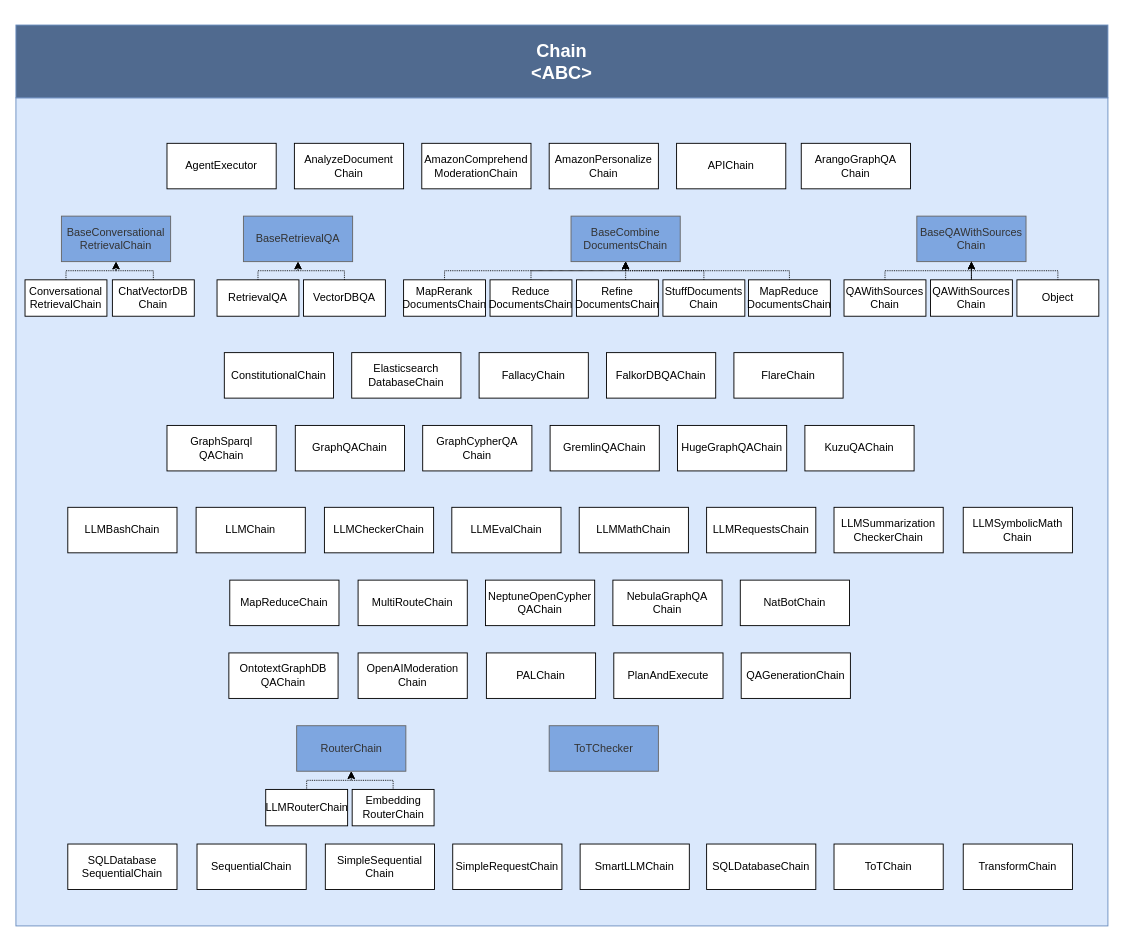
This is page "chains" (1 of 4) of LangChain_Notes.drawio from ooooona/toolkits, a draw.io file, before an edit. Source tidied: cells renumbered, new cells numbered last; positions are measured from the earlier drawing's top-left corner, leaving out a move shared by most shapes. Both pictures are drawn from the tidied source at 91%, with x=0, y=0 at pixel (15, 25).
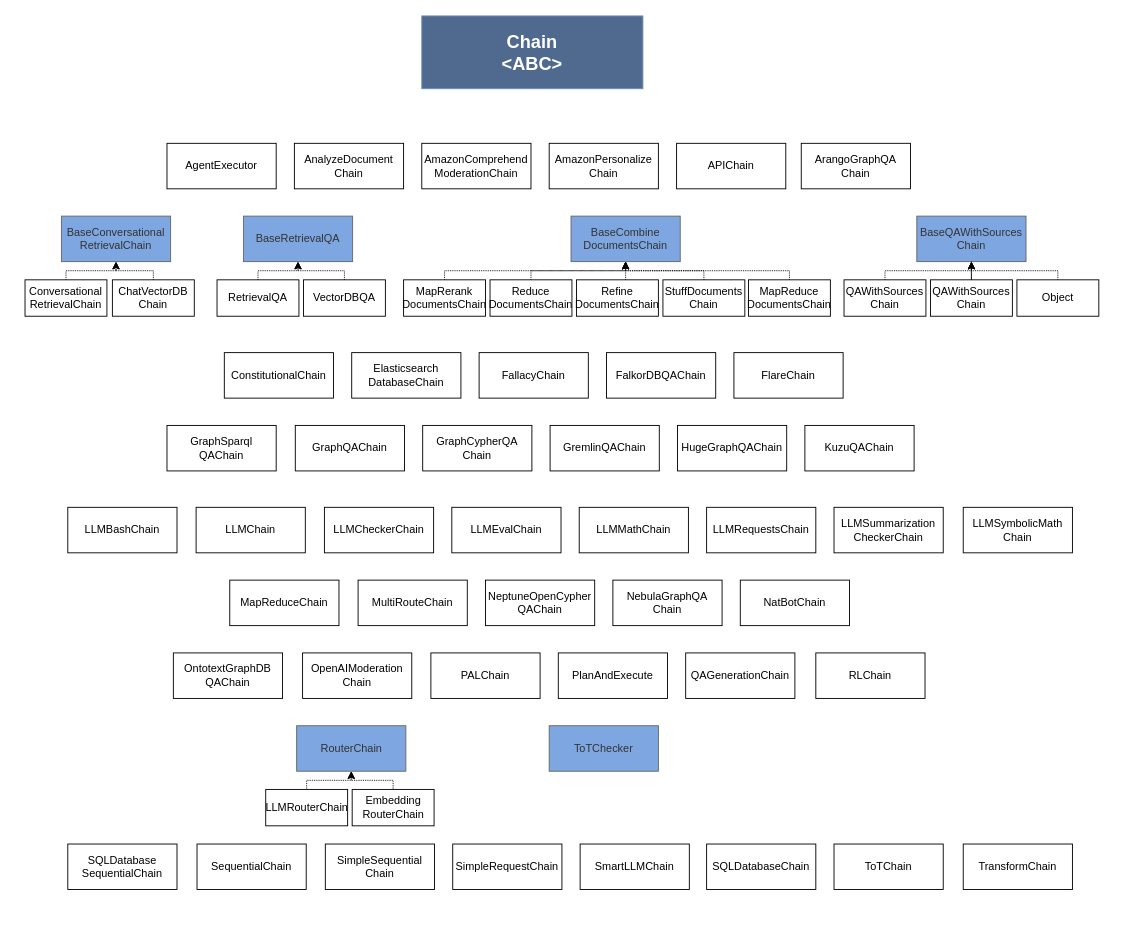
After the change.

Change to the diagram source:
```diff
@@
-    <mxCell id="2" style="rounded=0;whiteSpace=wrap;html=1;fillColor=#dae8fc;fillStyle=solid;strokeColor=#6c8ebf;" parent="1" vertex="1">
-      <mxGeometry y="80" width="1200" height="910" as="geometry" />
-    </mxCell>
     <mxCell id="3" value="&lt;font style=&quot;font-size: 20px;&quot; color=&quot;#ffffff&quot;&gt;&lt;b style=&quot;&quot;&gt;Chain&lt;/b&gt;&lt;/font&gt;&lt;div style=&quot;font-size: 20px;&quot;&gt;&lt;font style=&quot;font-size: 20px;&quot; color=&quot;#ffffff&quot;&gt;&lt;b style=&quot;&quot;&gt;&amp;lt;ABC&amp;gt;&lt;/b&gt;&lt;/font&gt;&lt;/div&gt;" style="html=1;whiteSpace=wrap;fillColor=#506A8F;strokeColor=#6c8ebf;" parent="1" vertex="1">
-      <mxGeometry width="1200" height="80" as="geometry" />
+      <mxGeometry x="446" y="-10" width="243" height="80" as="geometry" />
     </mxCell>
@@
     <mxCell id="62" value="OntotextGraphDB&lt;div&gt;QAChain&lt;/div&gt;" style="html=1;whiteSpace=wrap;" parent="1" vertex="1">
-      <mxGeometry x="234" y="690" width="120" height="50" as="geometry" />
+      <mxGeometry x="173" y="690" width="120" height="50" as="geometry" />
     </mxCell>
     <mxCell id="63" value="&lt;div&gt;OpenAIModeration&lt;/div&gt;&lt;div&gt;Chain&lt;br&gt;&lt;/div&gt;" style="html=1;whiteSpace=wrap;" parent="1" vertex="1">
-      <mxGeometry x="376" y="690" width="120" height="50" as="geometry" />
+      <mxGeometry x="315" y="690" width="120" height="50" as="geometry" />
     </mxCell>
     <mxCell id="64" value="PALChain" style="html=1;whiteSpace=wrap;" parent="1" vertex="1">
-      <mxGeometry x="517" y="690" width="120" height="50" as="geometry" />
+      <mxGeometry x="456" y="690" width="120" height="50" as="geometry" />
     </mxCell>
     <mxCell id="65" value="&lt;div&gt;PlanAndExecute&lt;br&gt;&lt;/div&gt;" style="html=1;whiteSpace=wrap;" parent="1" vertex="1">
-      <mxGeometry x="657" y="690" width="120" height="50" as="geometry" />
+      <mxGeometry x="596" y="690" width="120" height="50" as="geometry" />
     </mxCell>
     <mxCell id="66" value="QAGenerationChain" style="html=1;whiteSpace=wrap;" parent="1" vertex="1">
-      <mxGeometry x="797" y="690" width="120" height="50" as="geometry" />
+      <mxGeometry x="736" y="690" width="120" height="50" as="geometry" />
     </mxCell>
@@
+    <mxCell id="81" value="RLChain" style="html=1;whiteSpace=wrap;" parent="1" vertex="1">
+      <mxGeometry x="879" y="690" width="120" height="50" as="geometry" />
+    </mxCell>
```
